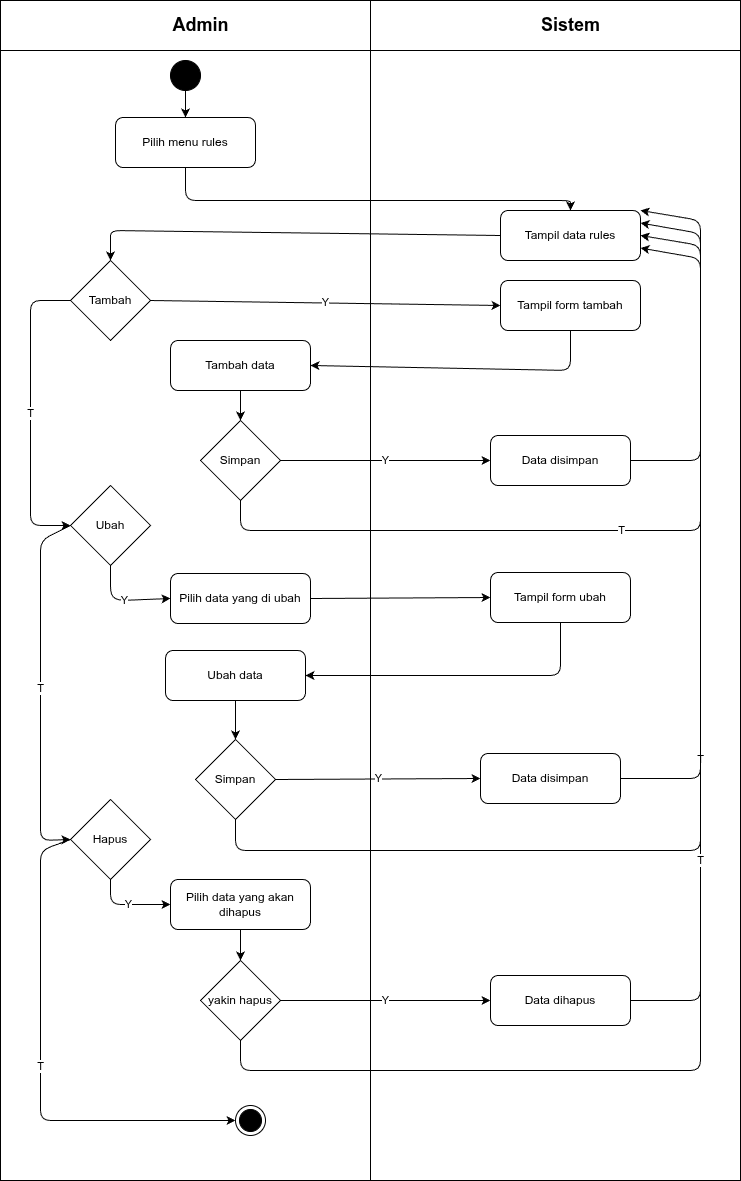
RajaSunrise/kangkungku keeps this draw.io diagram as diagram/activity/admin/crud-rules.png. Above is the earlier version. Source tidied: cells renumbered, new cells last; positions are measured from the earlier drawing's top-left corner, leaving out a move shared by most shapes.
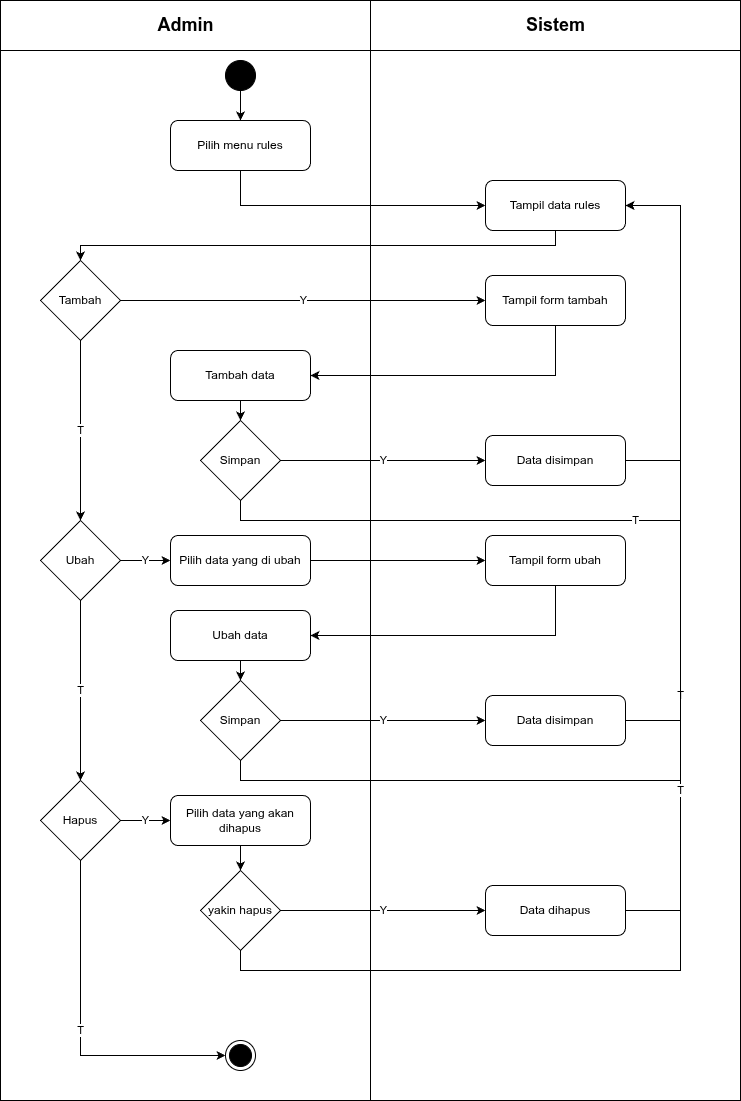
After the change.

What changed in the source:
```diff
@@ -3,215 +3,204 @@
     <mxCell id="0" />
     <mxCell id="1" parent="0" />
     <mxCell id="2" style="shape=internalStorage;whiteSpace=wrap;html=1;backgroundOutline=1;dx=370;dy=50;" parent="1" vertex="1">
-      <mxGeometry width="740" height="1180" as="geometry" />
+      <mxGeometry width="740" height="1100" as="geometry" />
     </mxCell>
     <mxCell id="3" value="Admin" style="text;html=1;strokeColor=none;fillColor=none;align=center;verticalAlign=middle;rounded=1;fontSize=18;fontStyle=1;" parent="1" vertex="1">
-      <mxGeometry x="165" y="10" width="70" height="30" as="geometry" />
+      <mxGeometry x="135" y="10" width="100" height="30" as="geometry" />
     </mxCell>
     <mxCell id="4" value="Sistem" style="text;html=1;strokeColor=none;fillColor=none;align=center;verticalAlign=middle;rounded=1;fontSize=18;fontStyle=1;" parent="1" vertex="1">
-      <mxGeometry x="535" y="10" width="70" height="30" as="geometry" />
+      <mxGeometry x="505" y="10" width="100" height="30" as="geometry" />
     </mxCell>
     <mxCell id="5" style="ellipse;whiteSpace=wrap;html=1;fillColor=#000000;strokeColor=#000000;" parent="1" vertex="1">
-      <mxGeometry x="170" y="60" width="30" height="30" as="geometry" />
+      <mxGeometry x="225" y="60" width="30" height="30" as="geometry" />
     </mxCell>
-    <mxCell id="6" style="endArrow=classic;html=1;exitX=0.5;exitY=1;entryX=0.5;entryY=0;entryDx=0;entryDy=0;" parent="1" edge="1" source="5" target="7">
+    <mxCell id="6" style="endArrow=classic;html=1;exitX=0.5;exitY=1;exitDx=0;exitDy=0;entryX=0.5;entryY=0;entryDx=0;entryDy=0;edgeStyle=orthogonalEdgeStyle;rounded=0;" parent="1" edge="1" source="5" target="7">
       <mxGeometry relative="1" as="geometry" />
     </mxCell>
     <mxCell id="7" value="Pilih menu rules" style="rounded=1;whiteSpace=wrap;html=1;" parent="1" vertex="1">
-      <mxGeometry x="115" y="117" width="140" height="50" as="geometry" />
+      <mxGeometry x="170" y="120" width="140" height="50" as="geometry" />
     </mxCell>
     <mxCell id="8" value="Tampil data rules" style="rounded=1;whiteSpace=wrap;html=1;" parent="1" vertex="1">
-      <mxGeometry x="500" y="210" width="140" height="50" as="geometry" />
+      <mxGeometry x="485" y="180" width="140" height="50" as="geometry" />
     </mxCell>
-    <mxCell id="9" style="endArrow=classic;html=1;exitX=0.5;exitY=1;entryX=0.5;entryY=0;entryDx=0;entryDy=0;" parent="1" edge="1" source="7" target="8">
+    <mxCell id="9" style="endArrow=classic;html=1;exitX=0.5;exitY=1;exitDx=0;exitDy=0;entryX=0;entryY=0.5;entryDx=0;entryDy=0;edgeStyle=orthogonalEdgeStyle;rounded=0;" parent="1" edge="1" source="7" target="8">
       <mxGeometry relative="1" as="geometry">
         <Array as="points">
-          <mxPoint x="185" y="200" />
-          <mxPoint x="570" y="200" />
+          <mxPoint x="240" y="205" />
         </Array>
       </mxGeometry>
     </mxCell>
     <mxCell id="10" value="Tambah" style="rhombus;whiteSpace=wrap;html=1;" parent="1" vertex="1">
-      <mxGeometry x="70" y="260" width="80" height="80" as="geometry" />
+      <mxGeometry x="40" y="260" width="80" height="80" as="geometry" />
     </mxCell>
-    <mxCell id="11" style="endArrow=classic;html=1;exitX=0;exitY=0.5;entryX=0.5;entryY=0;exitDx=0;exitDy=0;" parent="1" edge="1" source="8" target="10">
+    <mxCell id="11" style="endArrow=classic;html=1;exitX=0.5;exitY=1;exitDx=0;exitDy=0;entryX=0.5;entryY=0;entryDx=0;entryDy=0;edgeStyle=orthogonalEdgeStyle;rounded=0;" parent="1" edge="1" source="8" target="10">
       <mxGeometry relative="1" as="geometry">
         <Array as="points">
-          <mxPoint x="110" y="230" />
-          <mxPoint x="110" y="240" />
+          <mxPoint x="555" y="245" />
+          <mxPoint x="80" y="245" />
         </Array>
       </mxGeometry>
     </mxCell>
     <mxCell id="12" value="Tampil form tambah" style="rounded=1;whiteSpace=wrap;html=1;" parent="1" vertex="1">
-      <mxGeometry x="500" y="280" width="140" height="50" as="geometry" />
+      <mxGeometry x="485" y="275" width="140" height="50" as="geometry" />
     </mxCell>
-    <mxCell id="13" value="Y" style="endArrow=classic;html=1;exitX=1;exitY=0.5;entryX=0;entryY=0.5;" parent="1" edge="1" source="10" target="12">
+    <mxCell id="13" value="Y" style="endArrow=classic;html=1;exitX=1;exitY=0.5;exitDx=0;exitDy=0;entryX=0;entryY=0.5;entryDx=0;entryDy=0;edgeStyle=orthogonalEdgeStyle;rounded=0;" parent="1" edge="1" source="10" target="12">
       <mxGeometry relative="1" as="geometry" />
     </mxCell>
     <mxCell id="14" value="Tambah data" style="rounded=1;whiteSpace=wrap;html=1;" parent="1" vertex="1">
-      <mxGeometry x="170" y="340" width="140" height="50" as="geometry" />
+      <mxGeometry x="170" y="350" width="140" height="50" as="geometry" />
     </mxCell>
-    <mxCell id="15" style="endArrow=classic;html=1;exitX=0.5;exitY=1;entryX=1;entryY=0.5;" parent="1" edge="1" source="12" target="14">
+    <mxCell id="15" style="endArrow=classic;html=1;exitX=0.5;exitY=1;exitDx=0;exitDy=0;entryX=1;entryY=0.5;entryDx=0;entryDy=0;edgeStyle=orthogonalEdgeStyle;rounded=0;" parent="1" edge="1" source="12" target="14">
       <mxGeometry relative="1" as="geometry">
         <Array as="points">
-          <mxPoint x="570" y="370" />
+          <mxPoint x="555" y="375" />
         </Array>
       </mxGeometry>
     </mxCell>
     <mxCell id="16" value="Simpan" style="rhombus;whiteSpace=wrap;html=1;" parent="1" vertex="1">
       <mxGeometry x="200" y="420" width="80" height="80" as="geometry" />
     </mxCell>
-    <mxCell id="17" style="endArrow=classic;html=1;exitX=0.5;exitY=1;entryX=0.5;entryY=0;" parent="1" edge="1" source="14" target="16">
+    <mxCell id="17" style="endArrow=classic;html=1;exitX=0.5;exitY=1;exitDx=0;exitDy=0;entryX=0.5;entryY=0;entryDx=0;entryDy=0;edgeStyle=orthogonalEdgeStyle;rounded=0;" parent="1" edge="1" source="14" target="16">
       <mxGeometry relative="1" as="geometry" />
     </mxCell>
     <mxCell id="18" value="Data disimpan" style="rounded=1;whiteSpace=wrap;html=1;" parent="1" vertex="1">
-      <mxGeometry x="490" y="435" width="140" height="50" as="geometry" />
+      <mxGeometry x="485" y="435" width="140" height="50" as="geometry" />
     </mxCell>
-    <mxCell id="19" value="Y" style="endArrow=classic;html=1;exitX=1;exitY=0.5;entryX=0;entryY=0.5;" parent="1" edge="1" source="16" target="18">
+    <mxCell id="19" value="Y" style="endArrow=classic;html=1;exitX=1;exitY=0.5;exitDx=0;exitDy=0;entryX=0;entryY=0.5;entryDx=0;entryDy=0;edgeStyle=orthogonalEdgeStyle;rounded=0;" parent="1" edge="1" source="16" target="18">
       <mxGeometry relative="1" as="geometry" />
     </mxCell>
-    <mxCell id="20" style="endArrow=classic;html=1;exitX=1;exitY=0.5;entryX=1;entryY=0.5;" parent="1" edge="1" source="18" target="8">
+    <mxCell id="20" style="endArrow=classic;html=1;exitX=1;exitY=0.5;exitDx=0;exitDy=0;entryX=1;entryY=0.5;entryDx=0;entryDy=0;edgeStyle=orthogonalEdgeStyle;rounded=0;" parent="1" edge="1" source="18" target="8">
       <mxGeometry relative="1" as="geometry">
         <Array as="points">
-          <mxPoint x="700" y="460" />
-          <mxPoint x="700" y="245" />
+          <mxPoint x="680" y="460" />
+          <mxPoint x="680" y="205" />
         </Array>
       </mxGeometry>
     </mxCell>
-    <mxCell id="21" value="T" style="endArrow=classic;html=1;exitX=0.5;exitY=1;entryX=1;entryY=0.75;" parent="1" edge="1" source="16" target="8">
+    <mxCell id="21" value="T" style="endArrow=classic;html=1;exitX=0.5;exitY=1;exitDx=0;exitDy=0;entryX=1;entryY=0.5;entryDx=0;entryDy=0;edgeStyle=orthogonalEdgeStyle;rounded=0;" parent="1" edge="1" source="16" target="8">
       <mxGeometry relative="1" as="geometry">
         <Array as="points">
-          <mxPoint x="240" y="530" />
-          <mxPoint x="700" y="530" />
-          <mxPoint x="700" y="258" />
+          <mxPoint x="240" y="520" />
+          <mxPoint x="680" y="520" />
+          <mxPoint x="680" y="205" />
         </Array>
       </mxGeometry>
     </mxCell>
     <mxCell id="22" value="Ubah" style="rhombus;whiteSpace=wrap;html=1;" parent="1" vertex="1">
-      <mxGeometry x="70" y="485" width="80" height="80" as="geometry" />
+      <mxGeometry x="40" y="520" width="80" height="80" as="geometry" />
     </mxCell>
-    <mxCell id="23" value="T" style="endArrow=classic;html=1;exitX=0;exitY=0.5;entryX=0;entryY=0.5;exitDx=0;exitDy=0;entryDx=0;entryDy=0;" parent="1" edge="1" source="10" target="22">
+    <mxCell id="23" value="T" style="endArrow=classic;html=1;exitX=0.5;exitY=1;exitDx=0;exitDy=0;entryX=0.5;entryY=0;entryDx=0;entryDy=0;edgeStyle=orthogonalEdgeStyle;rounded=0;" parent="1" edge="1" source="10" target="22">
       <mxGeometry relative="1" as="geometry">
         <Array as="points">
-          <mxPoint x="30" y="300" />
-          <mxPoint x="30" y="525" />
+          <mxPoint x="80" y="460" />
+          <mxPoint x="80" y="460" />
         </Array>
       </mxGeometry>
     </mxCell>
     <mxCell id="24" value="Pilih data yang di ubah" style="rounded=1;whiteSpace=wrap;html=1;" parent="1" vertex="1">
-      <mxGeometry x="170" y="573" width="140" height="50" as="geometry" />
+      <mxGeometry x="170" y="535" width="140" height="50" as="geometry" />
     </mxCell>
-    <mxCell id="25" value="Y" style="endArrow=classic;html=1;exitX=0.5;exitY=1;entryX=0;entryY=0.5;entryDx=0;entryDy=0;exitDx=0;exitDy=0;" parent="1" edge="1" source="22" target="24">
-      <mxGeometry relative="1" as="geometry">
-        <Array as="points">
-          <mxPoint x="110" y="596" />
-          <mxPoint x="120" y="600" />
-        </Array>
-      </mxGeometry>
+    <mxCell id="25" value="Y" style="endArrow=classic;html=1;exitX=1;exitY=0.5;exitDx=0;exitDy=0;entryX=0;entryY=0.5;entryDx=0;entryDy=0;edgeStyle=orthogonalEdgeStyle;rounded=0;" parent="1" edge="1" source="22" target="24">
+      <mxGeometry relative="1" as="geometry" />
     </mxCell>
     <mxCell id="26" value="Tampil form ubah" style="rounded=1;whiteSpace=wrap;html=1;" parent="1" vertex="1">
-      <mxGeometry x="490" y="572" width="140" height="50" as="geometry" />
+      <mxGeometry x="485" y="535" width="140" height="50" as="geometry" />
     </mxCell>
-    <mxCell id="27" style="endArrow=classic;html=1;exitX=1;exitY=0.5;entryX=0;entryY=0.5;" parent="1" edge="1" source="24" target="26">
+    <mxCell id="27" style="endArrow=classic;html=1;exitX=1;exitY=0.5;exitDx=0;exitDy=0;entryX=0;entryY=0.5;entryDx=0;entryDy=0;edgeStyle=orthogonalEdgeStyle;rounded=0;" parent="1" edge="1" source="24" target="26">
       <mxGeometry relative="1" as="geometry" />
     </mxCell>
     <mxCell id="28" value="Ubah data" style="rounded=1;whiteSpace=wrap;html=1;" parent="1" vertex="1">
-      <mxGeometry x="165" y="650" width="140" height="50" as="geometry" />
+      <mxGeometry x="170" y="610" width="140" height="50" as="geometry" />
     </mxCell>
-    <mxCell id="29" style="endArrow=classic;html=1;exitX=0.5;exitY=1;entryX=1;entryY=0.5;" parent="1" edge="1" source="26" target="28">
+    <mxCell id="29" style="endArrow=classic;html=1;exitX=0.5;exitY=1;exitDx=0;exitDy=0;entryX=1;entryY=0.5;entryDx=0;entryDy=0;edgeStyle=orthogonalEdgeStyle;rounded=0;" parent="1" edge="1" source="26" target="28">
       <mxGeometry relative="1" as="geometry">
         <Array as="points">
-          <mxPoint x="560" y="675" />
+          <mxPoint x="555" y="635" />
         </Array>
       </mxGeometry>
     </mxCell>
     <mxCell id="30" value="Simpan" style="rhombus;whiteSpace=wrap;html=1;" parent="1" vertex="1">
-      <mxGeometry x="195" y="739" width="80" height="80" as="geometry" />
+      <mxGeometry x="200" y="680" width="80" height="80" as="geometry" />
     </mxCell>
-    <mxCell id="31" style="endArrow=classic;html=1;exitX=0.5;exitY=1;entryX=0.5;entryY=0;" parent="1" edge="1" source="28" target="30">
+    <mxCell id="31" style="endArrow=classic;html=1;exitX=0.5;exitY=1;exitDx=0;exitDy=0;entryX=0.5;entryY=0;entryDx=0;entryDy=0;edgeStyle=orthogonalEdgeStyle;rounded=0;" parent="1" edge="1" source="28" target="30">
       <mxGeometry relative="1" as="geometry" />
     </mxCell>
     <mxCell id="32" value="Data disimpan" style="rounded=1;whiteSpace=wrap;html=1;" parent="1" vertex="1">
-      <mxGeometry x="480" y="753" width="140" height="50" as="geometry" />
+      <mxGeometry x="485" y="695" width="140" height="50" as="geometry" />
     </mxCell>
-    <mxCell id="33" value="Y" style="endArrow=classic;html=1;exitX=1;exitY=0.5;entryX=0;entryY=0.5;" parent="1" edge="1" source="30" target="32">
+    <mxCell id="33" value="Y" style="endArrow=classic;html=1;exitX=1;exitY=0.5;exitDx=0;exitDy=0;entryX=0;entryY=0.5;entryDx=0;entryDy=0;edgeStyle=orthogonalEdgeStyle;rounded=0;" parent="1" edge="1" source="30" target="32">
       <mxGeometry relative="1" as="geometry" />
     </mxCell>
-    <mxCell id="34" style="endArrow=classic;html=1;exitX=1;exitY=0.5;entryX=1;entryY=0.5;" parent="1" edge="1" source="32" target="8">
+    <mxCell id="34" style="endArrow=classic;html=1;exitX=1;exitY=0.5;exitDx=0;exitDy=0;entryX=1;entryY=0.5;entryDx=0;entryDy=0;edgeStyle=orthogonalEdgeStyle;rounded=0;" parent="1" edge="1" source="32" target="8">
       <mxGeometry relative="1" as="geometry">
         <Array as="points">
-          <mxPoint x="700" y="778" />
-          <mxPoint x="700" y="245" />
+          <mxPoint x="680" y="720" />
+          <mxPoint x="680" y="205" />
         </Array>
       </mxGeometry>
     </mxCell>
-    <mxCell id="35" value="T" style="endArrow=classic;html=1;exitX=0.5;exitY=1;entryX=1;entryY=0.25;" parent="1" edge="1" source="30" target="8">
+    <mxCell id="35" value="T" style="endArrow=classic;html=1;exitX=0.5;exitY=1;exitDx=0;exitDy=0;entryX=1;entryY=0.5;entryDx=0;entryDy=0;edgeStyle=orthogonalEdgeStyle;rounded=0;" parent="1" edge="1" source="30" target="8">
       <mxGeometry relative="1" as="geometry">
         <Array as="points">
-          <mxPoint x="235" y="850" />
-          <mxPoint x="700" y="850" />
-          <mxPoint x="700" y="233" />
+          <mxPoint x="240" y="780" />
+          <mxPoint x="680" y="780" />
+          <mxPoint x="680" y="205" />
         </Array>
       </mxGeometry>
     </mxCell>
     <mxCell id="36" value="Hapus" style="rhombus;whiteSpace=wrap;html=1;" parent="1" vertex="1">
-      <mxGeometry x="70" y="799" width="80" height="80" as="geometry" />
+      <mxGeometry x="40" y="780" width="80" height="80" as="geometry" />
     </mxCell>
-    <mxCell id="37" value="T" style="endArrow=classic;html=1;exitX=0;exitY=0.5;entryX=0;entryY=0.5;exitDx=0;exitDy=0;entryDx=0;entryDy=0;" parent="1" edge="1" source="22" target="36">
+    <mxCell id="37" value="T" style="endArrow=classic;html=1;exitX=0.5;exitY=1;exitDx=0;exitDy=0;entryX=0.5;entryY=0;entryDx=0;entryDy=0;edgeStyle=orthogonalEdgeStyle;rounded=0;" parent="1" edge="1" source="22" target="36">
       <mxGeometry relative="1" as="geometry">
         <Array as="points">
-          <mxPoint x="40" y="540" />
-          <mxPoint x="40" y="840" />
+          <mxPoint x="80" y="720" />
+          <mxPoint x="80" y="720" />
         </Array>
       </mxGeometry>
     </mxCell>
     <mxCell id="38" value="Pilih data yang akan dihapus" style="rounded=1;whiteSpace=wrap;html=1;" parent="1" vertex="1">
-      <mxGeometry x="170" y="879" width="140" height="50" as="geometry" />
+      <mxGeometry x="170" y="795" width="140" height="50" as="geometry" />
     </mxCell>
-    <mxCell id="39" value="Y" style="endArrow=classic;html=1;exitX=0.5;exitY=1;entryX=0;entryY=0.5;exitDx=0;exitDy=0;entryDx=0;entryDy=0;" parent="1" edge="1" source="36" target="38">
-      <mxGeometry relative="1" as="geometry">
-        <Array as="points">
-          <mxPoint x="110" y="904" />
-        </Array>
-      </mxGeometry>
+    <mxCell id="39" value="Y" style="endArrow=classic;html=1;exitX=1;exitY=0.5;exitDx=0;exitDy=0;entryX=0;entryY=0.5;entryDx=0;entryDy=0;edgeStyle=orthogonalEdgeStyle;rounded=0;" parent="1" edge="1" source="36" target="38">
+      <mxGeometry relative="1" as="geometry" />
     </mxCell>
     <mxCell id="40" value="yakin hapus" style="rhombus;whiteSpace=wrap;html=1;" parent="1" vertex="1">
-      <mxGeometry x="200" y="960" width="80" height="80" as="geometry" />
+      <mxGeometry x="200" y="870" width="80" height="80" as="geometry" />
     </mxCell>
-    <mxCell id="41" style="endArrow=classic;html=1;exitX=0.5;exitY=1;entryX=0.5;entryY=0;exitDx=0;exitDy=0;" parent="1" edge="1" source="38" target="40">
+    <mxCell id="41" style="endArrow=classic;html=1;exitX=0.5;exitY=1;exitDx=0;exitDy=0;entryX=0.5;entryY=0;entryDx=0;entryDy=0;edgeStyle=orthogonalEdgeStyle;rounded=0;" parent="1" edge="1" source="38" target="40">
       <mxGeometry relative="1" as="geometry" />
     </mxCell>
     <mxCell id="42" value="Data dihapus" style="rounded=1;whiteSpace=wrap;html=1;" parent="1" vertex="1">
-      <mxGeometry x="490" y="975" width="140" height="50" as="geometry" />
+      <mxGeometry x="485" y="885" width="140" height="50" as="geometry" />
     </mxCell>
-    <mxCell id="43" value="Y" style="endArrow=classic;html=1;exitX=1;exitY=0.5;entryX=0;entryY=0.5;" parent="1" edge="1" source="40" target="42">
+    <mxCell id="43" value="Y" style="endArrow=classic;html=1;exitX=1;exitY=0.5;exitDx=0;exitDy=0;entryX=0;entryY=0.5;entryDx=0;entryDy=0;edgeStyle=orthogonalEdgeStyle;rounded=0;" parent="1" edge="1" source="40" target="42">
       <mxGeometry relative="1" as="geometry" />
     </mxCell>
-    <mxCell id="44" style="endArrow=classic;html=1;exitX=1;exitY=0.5;entryX=1;entryY=0.5;" parent="1" edge="1" source="42" target="8">
+    <mxCell id="44" style="endArrow=classic;html=1;exitX=1;exitY=0.5;exitDx=0;exitDy=0;entryX=1;entryY=0.5;entryDx=0;entryDy=0;edgeStyle=orthogonalEdgeStyle;rounded=0;" parent="1" edge="1" source="42" target="8">
       <mxGeometry relative="1" as="geometry">
         <Array as="points">
-          <mxPoint x="700" y="1000" />
-          <mxPoint x="700" y="245" />
+          <mxPoint x="680" y="910" />
+          <mxPoint x="680" y="205" />
         </Array>
       </mxGeometry>
     </mxCell>
-    <mxCell id="45" value="T" style="endArrow=classic;html=1;exitX=0.5;exitY=1;entryX=1;entryY=0;" parent="1" edge="1" source="40" target="8">
+    <mxCell id="45" value="T" style="endArrow=classic;html=1;exitX=0.5;exitY=1;exitDx=0;exitDy=0;entryX=1;entryY=0.5;entryDx=0;entryDy=0;edgeStyle=orthogonalEdgeStyle;rounded=0;" parent="1" edge="1" source="40" target="8">
       <mxGeometry relative="1" as="geometry">
         <Array as="points">
-          <mxPoint x="240" y="1070" />
-          <mxPoint x="700" y="1070" />
-          <mxPoint x="700" y="220" />
+          <mxPoint x="240" y="970" />
+          <mxPoint x="680" y="970" />
+          <mxPoint x="680" y="205" />
         </Array>
       </mxGeometry>
     </mxCell>
     <mxCell id="46" style="ellipse;html=1;shape=endState;fillColor=#000000;strokeColor=#000000;" parent="1" vertex="1">
-      <mxGeometry x="235" y="1105" width="30" height="30" as="geometry" />
+      <mxGeometry x="225" y="1040" width="30" height="30" as="geometry" />
     </mxCell>
-    <mxCell id="47" value="T" style="endArrow=classic;html=1;exitX=0;exitY=0.5;entryX=0;entryY=0.5;entryDx=0;entryDy=0;exitDx=0;exitDy=0;" parent="1" edge="1" source="36" target="46">
+    <mxCell id="47" value="T" style="endArrow=classic;html=1;exitX=0.5;exitY=1;exitDx=0;exitDy=0;entryX=0;entryY=0.5;entryDx=0;entryDy=0;edgeStyle=orthogonalEdgeStyle;rounded=0;" parent="1" edge="1" source="36" target="46">
       <mxGeometry relative="1" as="geometry">
         <Array as="points">
-          <mxPoint x="40" y="850" />
-          <mxPoint x="40" y="1120" />
+          <mxPoint x="80" y="1055" />
         </Array>
       </mxGeometry>
     </mxCell>
```
